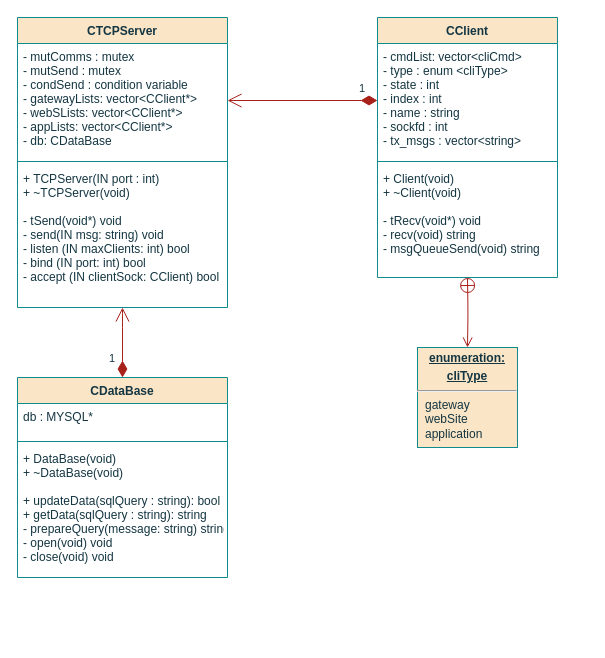
The draw.io diagram page "Class" (2 of 7) of documentation/flowcharts/RStasks/RS.drawio in ESRGgroup9/slipad, before the edit. Source tidied: cells renumbered, new cells numbered last; positions are measured from the earlier drawing's top-left corner, leaving out a move shared by most shapes. Both pictures are drawn from the tidied source at 100%, with x=0, y=0 at pixel (17, 17).
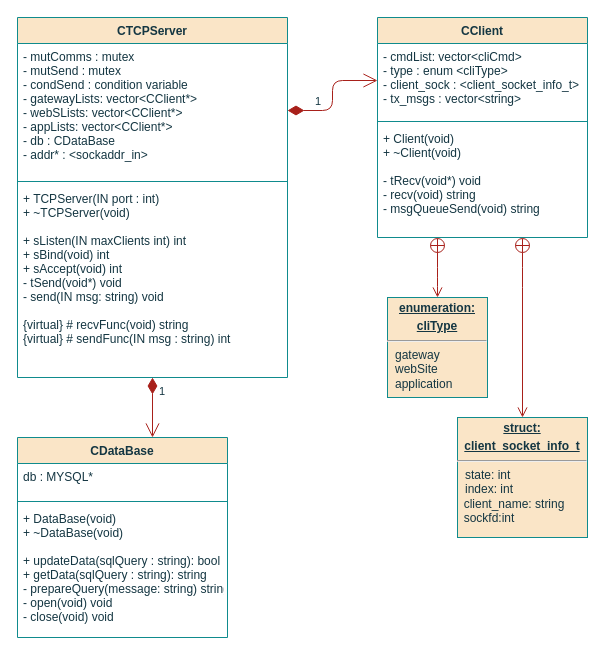
Above is the later version.

What changed in the source:
```diff
@@
     <mxCell id="2" value="CTCPServer" style="swimlane;fontStyle=1;align=center;verticalAlign=top;horizontal=1;startSize=26;fillColor=#FAE5C7;strokeColor=#0F8B8D;fontColor=#143642;" parent="1" vertex="1">
-      <mxGeometry width="210" height="290" as="geometry" />
+      <mxGeometry width="270" height="360" as="geometry" />
     </mxCell>
-    <mxCell id="3" value="-  mutComms : mutex&#10;-  mutSend : mutex&#10;- condSend : condition variable&#10;- gatewayLists: vector&lt;CClient*&gt;&#10;- webSLists: vector&lt;CClient*&gt;&#10;- appLists: vector&lt;CClient*&gt;&#10;- db: CDataBase" style="text;strokeColor=none;fillColor=none;align=left;verticalAlign=top;spacingLeft=4;spacingRight=4;overflow=hidden;points=[[0,0.5],[1,0.5]];portConstraint=eastwest;fontColor=#143642;" parent="2" vertex="1">
-      <mxGeometry y="26" width="210" height="114" as="geometry" />
+    <mxCell id="3" value="-  mutComms : mutex&#10;-  mutSend : mutex&#10;- condSend : condition variable&#10;- gatewayLists: vector&lt;CClient*&gt;&#10;- webSLists: vector&lt;CClient*&gt;&#10;- appLists: vector&lt;CClient*&gt;&#10;- db : CDataBase&#10;- addr* : &lt;sockaddr_in&gt;" style="text;strokeColor=none;fillColor=none;align=left;verticalAlign=top;spacingLeft=4;spacingRight=4;overflow=hidden;points=[[0,0.5],[1,0.5]];portConstraint=eastwest;fontColor=#143642;" parent="2" vertex="1">
+      <mxGeometry y="26" width="270" height="134" as="geometry" />
     </mxCell>
     <mxCell id="4" style="line;strokeWidth=1;fillColor=none;align=left;verticalAlign=middle;spacingTop=-1;spacingLeft=3;spacingRight=3;labelPosition=right;labelBackgroundColor=#DAD2D8;strokeColor=#0F8B8D;fontColor=#143642;" parent="2" vertex="1">
-      <mxGeometry y="140" width="210" height="8" as="geometry" />
+      <mxGeometry y="160" width="270" height="8" as="geometry" />
     </mxCell>
-    <mxCell id="5" value="+ TCPServer(IN port : int)&#10;+ ~TCPServer(void)&#10;&#10;- tSend(void*) void&#10;- send(IN msg: string) void&#10;- listen (IN maxClients: int) bool&#10;- bind (IN port: int) bool&#10;- accept (IN clientSock: CClient) bool" style="text;strokeColor=none;fillColor=none;align=left;verticalAlign=top;spacingLeft=4;spacingRight=4;overflow=hidden;points=[[0,0.5],[1,0.5]];portConstraint=eastwest;fontColor=#143642;" parent="2" vertex="1">
-      <mxGeometry y="148" width="210" height="142" as="geometry" />
+    <mxCell id="5" value="+ TCPServer(IN port : int)&#10;+ ~TCPServer(void)&#10;&#10;+ sListen(IN maxClients int) int &#10;+ sBind(void) int&#10;+ sAccept(void) int&#10;- tSend(void*) void&#10;- send(IN msg: string) void&#10;&#10;{virtual} # recvFunc(void) string&#10;{virtual} # sendFunc(IN msg : string) int &#10;" style="text;strokeColor=none;fillColor=none;align=left;verticalAlign=top;spacingLeft=4;spacingRight=4;overflow=hidden;points=[[0,0.5],[1,0.5]];portConstraint=eastwest;fontColor=#143642;" parent="2" vertex="1">
+      <mxGeometry y="168" width="270" height="192" as="geometry" />
     </mxCell>
     <mxCell id="6" value="CClient" style="swimlane;fontStyle=1;align=center;verticalAlign=top;horizontal=1;startSize=26;fillColor=#FAE5C7;strokeColor=#0F8B8D;fontColor=#143642;" parent="1" vertex="1">
-      <mxGeometry x="360" width="180" height="260" as="geometry" />
+      <mxGeometry x="360" width="210" height="220" as="geometry" />
     </mxCell>
-    <mxCell id="7" value="- cmdList: vector&lt;cliCmd&gt;&#10;- type : enum &lt;cliType&gt;&#10;- state : int&#10;        -  index : int&#10;        - name : string&#10;- sockfd : int&#10;- tx_msgs : vector&lt;string&gt;" style="text;strokeColor=none;fillColor=none;align=left;verticalAlign=top;spacingLeft=4;spacingRight=4;overflow=hidden;points=[[0,0.5],[1,0.5]];portConstraint=eastwest;fontColor=#143642;" parent="6" vertex="1">
-      <mxGeometry y="26" width="180" height="114" as="geometry" />
+    <mxCell id="7" value="- cmdList: vector&lt;cliCmd&gt;&#10;- type : enum &lt;cliType&gt;&#10;- client_sock : &lt;client_socket_info_t&gt;&#10;- tx_msgs : vector&lt;string&gt;" style="text;strokeColor=none;fillColor=none;align=left;verticalAlign=top;spacingLeft=4;spacingRight=4;overflow=hidden;points=[[0,0.5],[1,0.5]];portConstraint=eastwest;fontColor=#143642;" parent="6" vertex="1">
+      <mxGeometry y="26" width="210" height="74" as="geometry" />
     </mxCell>
     <mxCell id="8" style="line;strokeWidth=1;fillColor=none;align=left;verticalAlign=middle;spacingTop=-1;spacingLeft=3;spacingRight=3;labelPosition=right;labelBackgroundColor=#DAD2D8;strokeColor=#0F8B8D;fontColor=#143642;" parent="6" vertex="1">
-      <mxGeometry y="140" width="180" height="8" as="geometry" />
+      <mxGeometry y="100" width="210" height="8" as="geometry" />
     </mxCell>
-    <mxCell id="9" value="+ Client(void)&#10;+ ~Client(void)&#10;&#10;- tRecv(void*) void&#10;- recv(void) string&#10;- msgQueueSend(void) string&#10;" style="text;strokeColor=none;fillColor=none;align=left;verticalAlign=top;spacingLeft=4;spacingRight=4;overflow=hidden;points=[[0,0.5],[1,0.5]];portConstraint=eastwest;fontColor=#143642;" parent="6" vertex="1">
-      <mxGeometry y="148" width="180" height="112" as="geometry" />
+    <mxCell id="9" value="+ Client(void)&#10;+ ~Client(void)&#10;&#10;- tRecv(void*) void&#10;- recv(void) string&#10;- msgQueueSend(void) string" style="text;strokeColor=none;fillColor=none;align=left;verticalAlign=top;spacingLeft=4;spacingRight=4;overflow=hidden;points=[[0,0.5],[1,0.5]];portConstraint=eastwest;fontColor=#143642;" parent="6" vertex="1">
+      <mxGeometry y="108" width="210" height="112" as="geometry" />
     </mxCell>
     <mxCell id="10" value="&lt;p style=&quot;margin: 0px ; margin-top: 4px ; text-align: center ; text-decoration: underline&quot;&gt;&lt;b&gt;enumeration:&lt;/b&gt;&lt;/p&gt;&lt;p style=&quot;margin: 0px ; margin-top: 4px ; text-align: center ; text-decoration: underline&quot;&gt;&lt;b&gt;cliType&lt;/b&gt;&lt;/p&gt;&lt;hr&gt;&lt;p style=&quot;margin: 0px ; margin-left: 8px&quot;&gt;gateway&lt;/p&gt;&lt;p style=&quot;margin: 0px ; margin-left: 8px&quot;&gt;webSite&lt;/p&gt;&lt;p style=&quot;margin: 0px ; margin-left: 8px&quot;&gt;application&lt;br&gt;&lt;/p&gt;" style="verticalAlign=top;align=left;overflow=fill;fontSize=12;fontFamily=Helvetica;html=1;fillColor=#FAE5C7;strokeColor=#0F8B8D;fontColor=#143642;" parent="1" vertex="1">
-      <mxGeometry x="400" y="330" width="100" height="100" as="geometry" />
+      <mxGeometry x="370" y="280" width="100" height="100" as="geometry" />
     </mxCell>
-    <mxCell id="11" style="endArrow=open;startArrow=circlePlus;endFill=0;startFill=0;endSize=8;html=1;rounded=1;sketch=0;fontColor=#143642;strokeColor=#A8201A;fillColor=#FAE5C7;entryX=0.5;entryY=0;entryDx=0;entryDy=0;edgeStyle=orthogonalEdgeStyle;" parent="1" edge="1" target="10">
+    <mxCell id="11" style="endArrow=open;startArrow=circlePlus;endFill=0;startFill=0;endSize=8;html=1;rounded=1;sketch=0;fontColor=#143642;strokeColor=#A8201A;fillColor=#FAE5C7;entryX=0.5;entryY=0;entryDx=0;entryDy=0;edgeStyle=orthogonalEdgeStyle;" parent="1" edge="1" source="9" target="10">
       <mxGeometry relative="1" as="geometry">
-        <mxPoint x="450" y="260" as="sourcePoint" />
+        <Array as="points">
+          <mxPoint x="420" y="260" />
+          <mxPoint x="420" y="260" />
+        </Array>
       </mxGeometry>
     </mxCell>
     <mxCell id="12" value="CDataBase" style="swimlane;fontStyle=1;align=center;verticalAlign=top;horizontal=1;startSize=26;fillColor=#FAE5C7;strokeColor=#0F8B8D;fontColor=#143642;" parent="1" vertex="1">
-      <mxGeometry y="360" width="210" height="200" as="geometry" />
+      <mxGeometry y="420" width="210" height="200" as="geometry" />
     </mxCell>
@@
-    <mxCell id="16" value="1" style="endArrow=open;html=1;endSize=12;startArrow=diamondThin;startSize=14;startFill=1;edgeStyle=orthogonalEdgeStyle;align=left;verticalAlign=bottom;rounded=1;labelBackgroundColor=default;sketch=0;fontColor=#143642;strokeColor=#A8201A;fillColor=#FAE5C7;curved=0;" parent="1" edge="1" source="12" target="5">
-      <mxGeometry x="-0.71" y="15" relative="1" as="geometry">
+    <mxCell id="16" value="1" style="endArrow=open;html=1;endSize=12;startArrow=diamondThin;startSize=14;startFill=1;edgeStyle=orthogonalEdgeStyle;align=left;verticalAlign=bottom;rounded=1;labelBackgroundColor=default;sketch=0;fontColor=#143642;strokeColor=#A8201A;fillColor=#FAE5C7;curved=0;" parent="1" edge="1" source="5" target="12">
+      <mxGeometry x="-0.25" y="5" relative="1" as="geometry">
         <Array as="points">
-          <mxPoint x="105" y="300" />
-          <mxPoint x="105" y="300" />
+          <mxPoint x="105" y="350" />
+          <mxPoint x="105" y="350" />
         </Array>
       </mxGeometry>
     </mxCell>
-    <mxCell id="17" value="1" style="endArrow=open;html=1;endSize=12;startArrow=diamondThin;startSize=14;startFill=1;edgeStyle=orthogonalEdgeStyle;align=left;verticalAlign=bottom;rounded=1;labelBackgroundColor=default;sketch=0;fontColor=#143642;strokeColor=#A8201A;fillColor=#FAE5C7;curved=0;" parent="1" edge="1" source="7" target="3">
-      <mxGeometry x="-0.73" y="-3" relative="1" as="geometry" />
+    <mxCell id="17" value="1" style="endArrow=open;html=1;endSize=12;startArrow=diamondThin;startSize=14;startFill=1;edgeStyle=orthogonalEdgeStyle;align=left;verticalAlign=bottom;rounded=1;labelBackgroundColor=default;sketch=0;fontColor=#143642;strokeColor=#A8201A;fillColor=#FAE5C7;curved=0;" parent="1" edge="1" source="3" target="7">
+      <mxGeometry x="-0.56" relative="1" as="geometry" />
     </mxCell>
+    <mxCell id="18" value="&lt;p style=&quot;margin: 0px ; margin-top: 4px ; text-align: center ; text-decoration: underline&quot;&gt;&lt;b&gt;struct:&lt;/b&gt;&lt;/p&gt;&lt;p style=&quot;margin: 0px ; margin-top: 4px ; text-align: center ; text-decoration: underline&quot;&gt;&lt;b&gt;client_socket_info_t&lt;br&gt;&lt;/b&gt;&lt;/p&gt;&lt;hr&gt;&lt;p style=&quot;margin: 0px ; margin-left: 8px&quot;&gt;state: int&lt;/p&gt;&lt;p style=&quot;margin: 0px ; margin-left: 8px&quot;&gt;&lt;span class=&quot;pl-c1&quot;&gt;index&lt;/span&gt;: int&lt;/p&gt;&lt;div&gt;&amp;nbsp; client_name: string&lt;/div&gt;&lt;div&gt;&amp;nbsp; sockfd:int&lt;/div&gt;" style="verticalAlign=top;align=left;overflow=fill;fontSize=12;fontFamily=Helvetica;html=1;fillColor=#FAE5C7;strokeColor=#0F8B8D;fontColor=#143642;" parent="1" vertex="1">
+      <mxGeometry x="440" y="400" width="130" height="120" as="geometry" />
+    </mxCell>
+    <mxCell id="19" style="endArrow=open;startArrow=circlePlus;endFill=0;startFill=0;endSize=8;html=1;rounded=1;sketch=0;fontColor=#143642;strokeColor=#A8201A;fillColor=#FAE5C7;entryX=0.5;entryY=0;entryDx=0;entryDy=0;edgeStyle=orthogonalEdgeStyle;" parent="1" edge="1" source="9" target="18">
+      <mxGeometry relative="1" as="geometry">
+        <Array as="points">
+          <mxPoint x="505" y="260" />
+          <mxPoint x="505" y="260" />
+        </Array>
+      </mxGeometry>
+    </mxCell>
```
